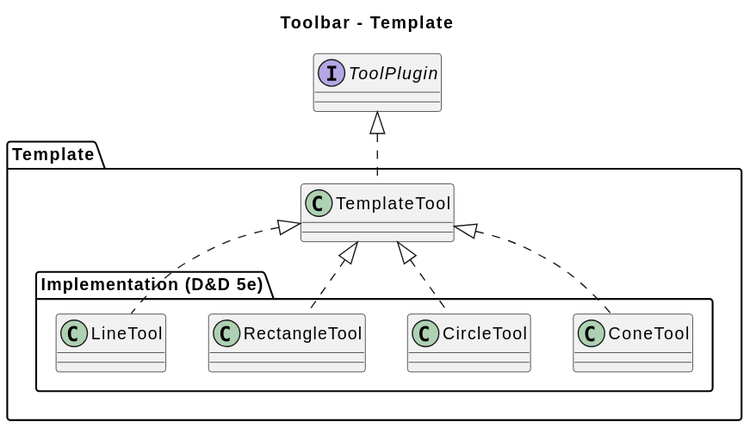
Earlier version of the PlantUML export toolbar-templates.svg (Azhrei/toolbar-design).
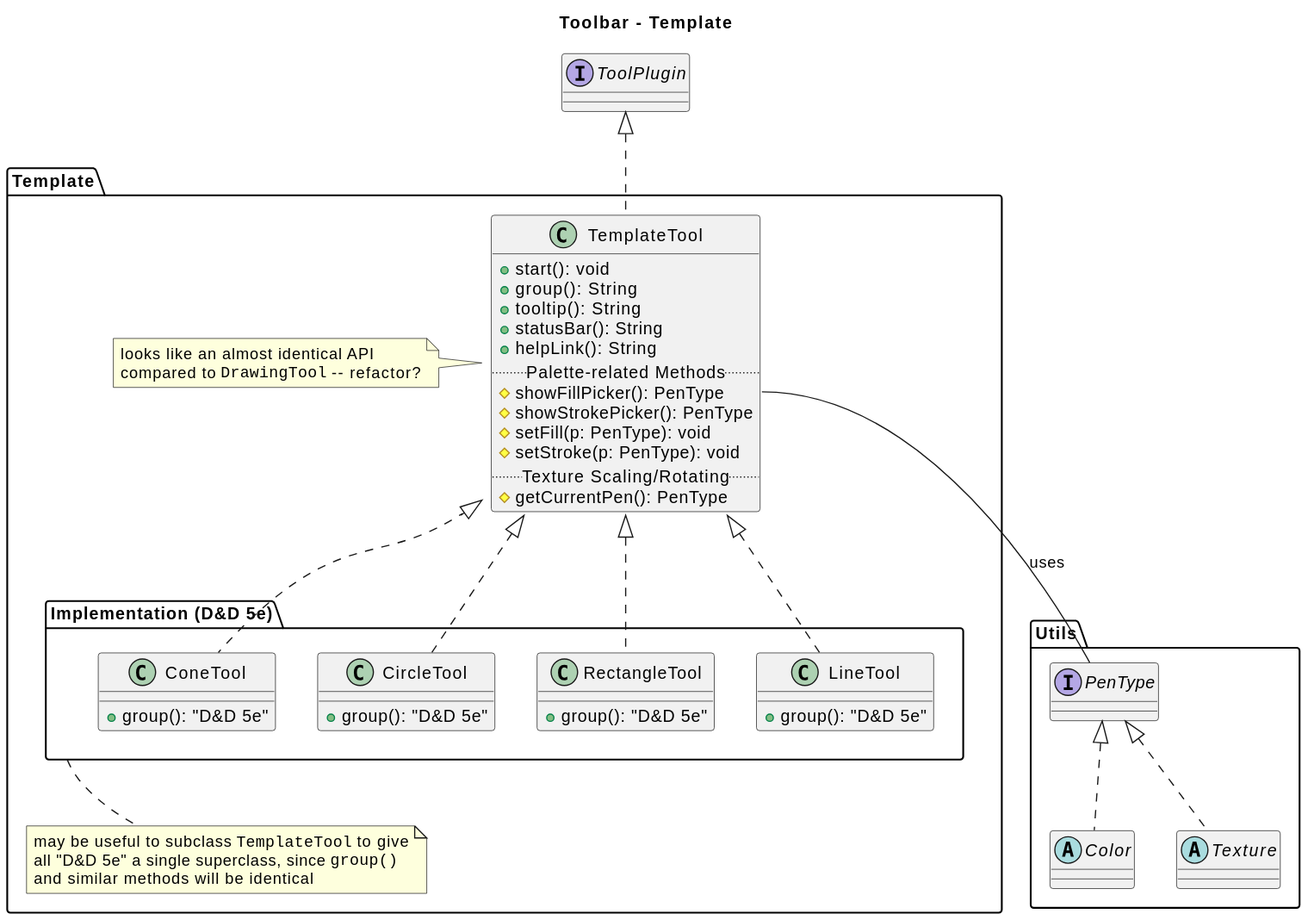
After the change.

Change to the diagram source:
```diff
@@ -3,22 +3,57 @@
 
 interface ToolPlugin
 
+package Utils {
+    interface PenType
+    abstract class Color implements PenType
+    abstract class Texture implements PenType
+}
+
 package Template {
     class TemplateTool implements .ToolPlugin {
+        +start(): void
+        +group(): String
+        +tooltip(): String
+        +statusBar(): String
+        +helpLink(): String
+        ..Palette-related Methods..
+        #showFillPicker(): PenType
+        #showStrokePicker(): PenType
+        #setFill(p: PenType): void
+        #setStroke(p: PenType): void
+        ..Texture Scaling/Rotating..
+        #getCurrentPen(): PenType
     }
+
+    note left of TemplateTool
+      looks like an almost identical API
+      compared to ""DrawingTool"" -- refactor?
+    end note
+
+    TemplateTool::showFillPicker -- .Utils.PenType : uses
 
     package Template.Implementation as "Implementation (D&D 5e)" {
         class ConeTool implements Template.TemplateTool {
+            +group(): "D&D 5e"
         }
 
         class CircleTool implements Template.TemplateTool {
+            +group(): "D&D 5e"
         }
 
         class RectangleTool implements Template.TemplateTool {
+            +group(): "D&D 5e"
         }
 
         class LineTool implements Template.TemplateTool {
+            +group(): "D&D 5e"
         }
     }
+
+    note bottom of Template.Implementation
+      may be useful to subclass ""TemplateTool"" to give
+      all "D&D 5e" a single superclass, since ""group()""
+      and similar methods will be identical
+    end note
 }
 @enduml
```
